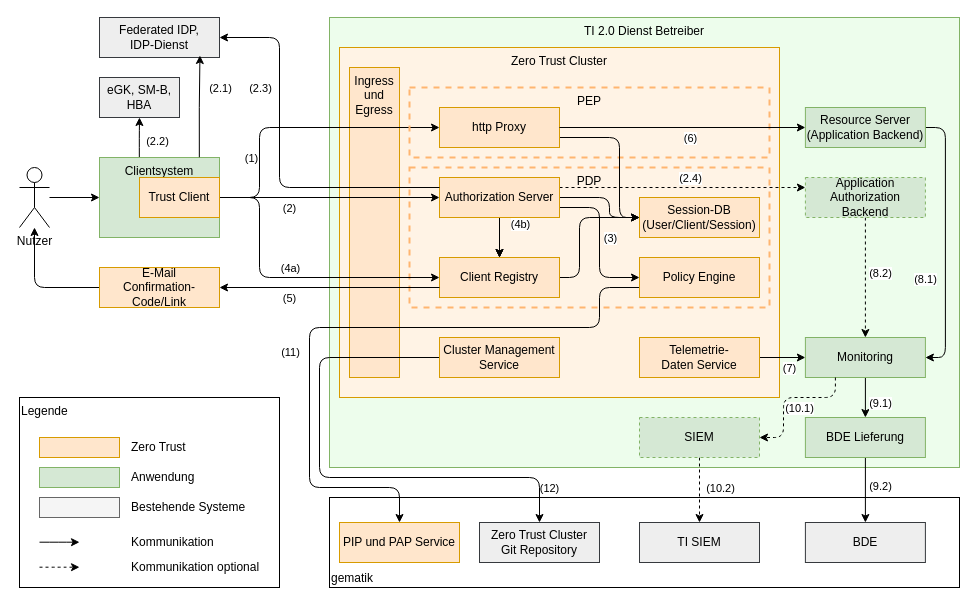
The draw.io diagram src/drawio/Zero-Trust_Architektur.drawio in gematik/spec-t20r, before the edit. Source tidied: cells renumbered, new cells numbered last; positions are measured from the earlier drawing's top-left corner, leaving out a move shared by most shapes. Both pictures are drawn from the tidied source at 100%, with x=0, y=0 at pixel (19, 17).
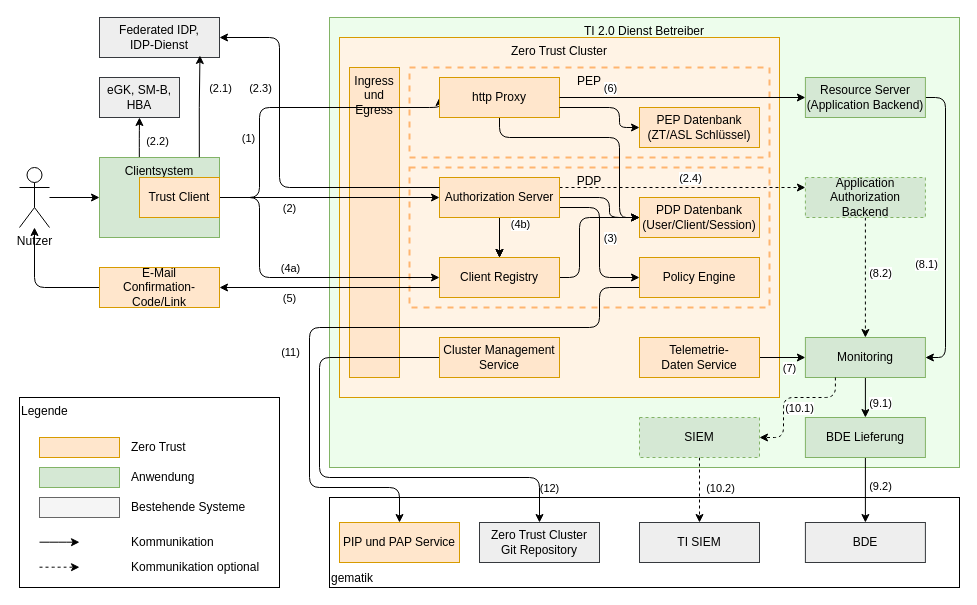
The same page after the edit.

Commit message (it also covers changes not shown here):
Update README and drawio diagram for clarity and accuracy

Unchanged cells that the change refers to:
```xml
<mxCell id="37" value="&lt;div&gt;Monitoring&lt;/div&gt;" style="rounded=0;whiteSpace=wrap;html=1;fillColor=#d5e8d4;strokeColor=#82b366;" parent="1" vertex="1">
  <mxGeometry x="785.9" y="320" width="120" height="40" as="geometry" />
</mxCell>
<mxCell id="79" value="Trust Client" style="rounded=0;whiteSpace=wrap;html=1;fillColor=#ffe6cc;strokeColor=#d79b00;" parent="1" vertex="1">
  <mxGeometry x="120" y="160" width="80" height="40" as="geometry" />
</mxCell>
<mxCell id="85" style="edgeStyle=orthogonalEdgeStyle;rounded=1;jettySize=auto;html=1;entryX=0;entryY=0.5;entryDx=0;entryDy=0;exitX=1;exitY=0.5;exitDx=0;exitDy=0;curved=0;" parent="1" edge="1" source="82" target="25">
  <mxGeometry relative="1" as="geometry" />
</mxCell>
```

The edit, as a diff of the source:
```diff
@@
     <mxCell id="3" value="Zero Trust Cluster" style="rounded=0;whiteSpace=wrap;html=1;align=center;verticalAlign=top;fillColor=#fff3e5;strokeColor=#d79b00;" parent="1" vertex="1">
-      <mxGeometry x="320" y="30" width="440" height="350" as="geometry" />
+      <mxGeometry x="320" y="20" width="440" height="360" as="geometry" />
     </mxCell>
@@
     <mxCell id="23" style="edgeStyle=orthogonalEdgeStyle;rounded=1;jettySize=auto;html=1;entryX=1;entryY=0.5;entryDx=0;entryDy=0;curved=0;exitX=1;exitY=0.5;exitDx=0;exitDy=0;" parent="1" edge="1" source="25" target="37">
       <mxGeometry relative="1" as="geometry">
         <Array as="points">
-          <mxPoint x="925.9" y="110" />
-          <mxPoint x="925.9" y="340" />
+          <mxPoint x="926" y="80" />
+          <mxPoint x="926" y="340" />
         </Array>
       </mxGeometry>
     </mxCell>
@@
     <mxCell id="25" value="&lt;div&gt;Resource Server&lt;/div&gt;&lt;div&gt;(Application Backend)&lt;/div&gt;" style="rounded=0;whiteSpace=wrap;html=1;fillColor=#d5e8d4;strokeColor=#82b366;" parent="1" vertex="1">
-      <mxGeometry x="785.9" y="90" width="120" height="40" as="geometry" />
+      <mxGeometry x="785.9" y="60" width="120" height="40" as="geometry" />
     </mxCell>
@@
     <mxCell id="38" style="edgeStyle=orthogonalEdgeStyle;rounded=1;jettySize=auto;html=1;curved=0;entryX=0;entryY=0.5;entryDx=0;entryDy=0;exitX=1;exitY=0.5;exitDx=0;exitDy=0;" parent="1" edge="1" source="79" target="82">
       <mxGeometry relative="1" as="geometry">
         <Array as="points">
           <mxPoint x="240" y="180" />
-          <mxPoint x="240" y="110" />
+          <mxPoint x="240" y="90" />
         </Array>
       </mxGeometry>
     </mxCell>
@@
     <mxCell id="80" value="PEP" style="rounded=0;whiteSpace=wrap;html=1;fillColor=none;verticalAlign=top;strokeColor=#FFB570;dashed=1;strokeWidth=2;" parent="1" vertex="1">
-      <mxGeometry x="390" y="70" width="360" height="70" as="geometry" />
+      <mxGeometry x="390" y="50" width="360" height="90" as="geometry" />
     </mxCell>
-    <mxCell id="81" style="edgeStyle=orthogonalEdgeStyle;rounded=1;jettySize=auto;html=1;curved=0;exitX=1;exitY=0.75;exitDx=0;exitDy=0;" parent="1" edge="1" source="82">
+    <mxCell id="81" style="edgeStyle=orthogonalEdgeStyle;rounded=1;jettySize=auto;html=1;curved=0;exitX=0.5;exitY=1;exitDx=0;exitDy=0;" parent="1" edge="1" source="82">
       <mxGeometry relative="1" as="geometry">
         <mxPoint x="620" y="200" as="targetPoint" />
         <Array as="points">
+          <mxPoint x="480" y="120" />
           <mxPoint x="600" y="120" />
           <mxPoint x="600" y="200" />
         </Array>
       </mxGeometry>
     </mxCell>
     <mxCell id="82" value="http Proxy" style="rounded=0;whiteSpace=wrap;html=1;fillColor=#ffe6cc;strokeColor=#d79b00;" parent="1" vertex="1">
-      <mxGeometry x="420" y="90" width="120" height="40" as="geometry" />
+      <mxGeometry x="420" y="60" width="120" height="40" as="geometry" />
     </mxCell>
@@
     <mxCell id="86" value="(6)" style="edgeLabel;html=1;align=center;verticalAlign=middle;" parent="85" vertex="1">
       <mxGeometry x="-0.4" y="1" relative="1" as="geometry">
-        <mxPoint x="56" y="11" as="offset" />
+        <mxPoint x="-24" y="-9" as="offset" />
       </mxGeometry>
     </mxCell>
-    <mxCell id="87" value="Session-DB&lt;div&gt;(User/Client/Session)&lt;/div&gt;" style="rounded=0;whiteSpace=wrap;html=1;fillColor=#ffe6cc;strokeColor=#d79b00;" parent="1" vertex="1">
+    <mxCell id="87" value="PDP Datenbank&lt;div&gt;(User/Client/Session)&lt;/div&gt;" style="rounded=0;whiteSpace=wrap;html=1;fillColor=#ffe6cc;strokeColor=#d79b00;" parent="1" vertex="1">
       <mxGeometry x="620" y="180" width="120" height="40" as="geometry" />
     </mxCell>
+    <mxCell id="88" value="PEP Datenbank&lt;div&gt;(ZT/ASL Schlüssel)&lt;/div&gt;" style="rounded=0;whiteSpace=wrap;html=1;fillColor=#ffe6cc;strokeColor=#d79b00;" parent="1" vertex="1">
+      <mxGeometry x="620" y="90" width="120" height="40" as="geometry" />
+    </mxCell>
+    <mxCell id="89" style="edgeStyle=orthogonalEdgeStyle;rounded=1;jettySize=auto;html=1;curved=0;exitX=1;exitY=0.75;exitDx=0;exitDy=0;entryX=0;entryY=0.5;entryDx=0;entryDy=0;" parent="1" edge="1" source="82" target="88">
+      <mxGeometry relative="1" as="geometry">
+        <Array as="points">
+          <mxPoint x="600" y="90" />
+          <mxPoint x="600" y="110" />
+        </Array>
+      </mxGeometry>
+    </mxCell>
```
